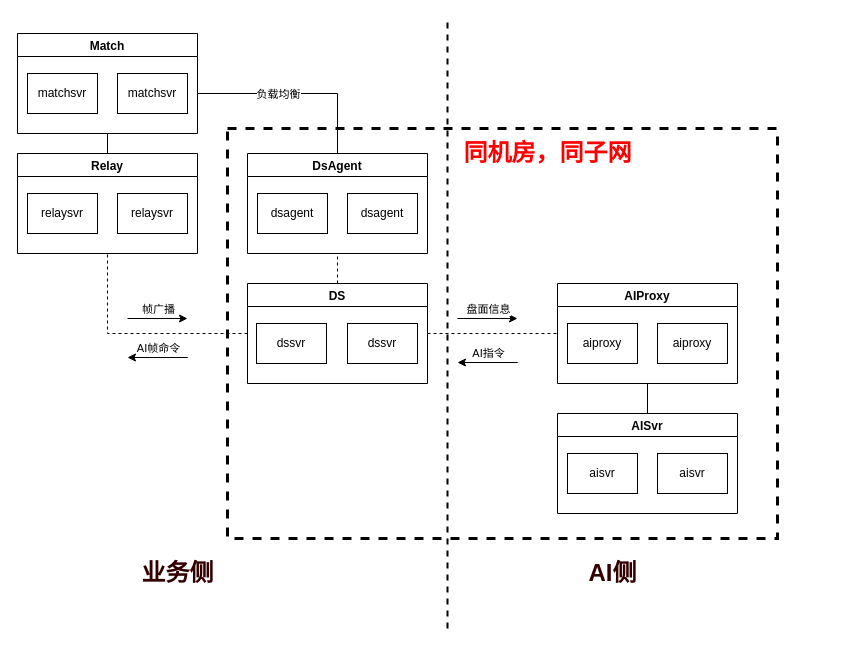
The draw.io diagram page "NISHIKI AI" (3 of 7) of NISHIKI架构.drawio in Memoryss/NISHIKI, before the edit. Source tidied: cells renumbered, new cells numbered last; positions are measured from the earlier drawing's top-left corner, leaving out a move shared by most shapes. Both pictures are drawn from the tidied source at 100%, with x=0, y=0 at pixel (17, 18).
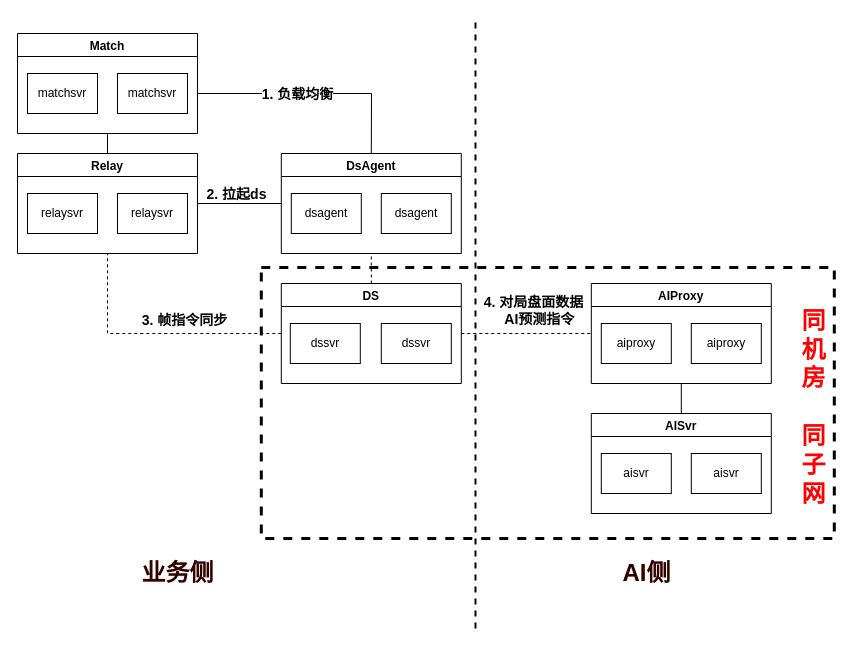
The same diagram, later.

Unchanged cells that the change refers to:
```xml
<mxCell id="15" value="Relay" style="swimlane;" parent="1" vertex="1">
  <mxGeometry y="135" width="180" height="100" as="geometry" />
</mxCell>
<mxCell id="27" style="endArrow=none;dashed=1;html=1;rounded=0;entryX=0.5;entryY=1;entryDx=0;entryDy=0;exitX=0;exitY=0.5;exitDx=0;exitDy=0;" parent="1" edge="1" source="18" target="15">
  <mxGeometry relative="1" as="geometry">
    <Array as="points">
      <mxPoint x="90" y="315" />
    </Array>
  </mxGeometry>
</mxCell>
```

Diff of the diagram source:
```diff
@@
     <mxCell id="2" style="rounded=0;whiteSpace=wrap;html=1;dashed=1;strokeWidth=3;fillColor=none;" parent="1" vertex="1">
-      <mxGeometry x="210" y="110" width="550" height="410" as="geometry" />
+      <mxGeometry x="243.8" y="249" width="573" height="271" as="geometry" />
     </mxCell>
     <mxCell id="3" value="AIProxy" style="swimlane;" parent="1" vertex="1">
-      <mxGeometry x="540" y="265" width="180" height="100" as="geometry" />
+      <mxGeometry x="573.8" y="265" width="180" height="100" as="geometry" />
     </mxCell>
@@
     <mxCell id="6" value="AISvr" style="swimlane;" parent="1" vertex="1">
-      <mxGeometry x="540" y="395" width="180" height="100" as="geometry" />
+      <mxGeometry x="573.8" y="395" width="180" height="100" as="geometry" />
     </mxCell>
@@
     <mxCell id="12" value="DsAgent" style="swimlane;" parent="1" vertex="1">
-      <mxGeometry x="230" y="135" width="180" height="100" as="geometry" />
+      <mxGeometry x="263.8" y="135" width="180" height="100" as="geometry" />
     </mxCell>
@@
+    <mxCell id="40" style="edgeStyle=orthogonalEdgeStyle;rounded=0;jumpSize=6;jettySize=auto;html=1;exitX=1;exitY=0.5;exitDx=0;exitDy=0;entryX=0;entryY=0.5;entryDx=0;entryDy=0;fontSize=14;strokeWidth=1;endArrow=none;endFill=0;" parent="1" edge="1" source="15" target="12">
+      <mxGeometry relative="1" as="geometry" />
+    </mxCell>
+    <mxCell id="41" value="&lt;b&gt;2. 拉起ds&lt;/b&gt;" style="edgeLabel;html=1;align=center;verticalAlign=middle;fontSize=14;" parent="40" vertex="1">
+      <mxGeometry x="-0.18" relative="1" as="geometry">
+        <mxPoint x="4" y="-10" as="offset" />
+      </mxGeometry>
+    </mxCell>
@@
     <mxCell id="18" value="DS" style="swimlane;" parent="1" vertex="1">
-      <mxGeometry x="230" y="265" width="180" height="100" as="geometry" />
+      <mxGeometry x="263.8" y="265" width="180" height="100" as="geometry" />
     </mxCell>
@@
     <mxCell id="24" style="endArrow=none;html=1;rounded=0;entryX=0.5;entryY=0;entryDx=0;entryDy=0;" parent="1" edge="1" target="12">
       <mxGeometry relative="1" as="geometry">
         <mxPoint x="180" y="75" as="sourcePoint" />
         <Array as="points">
-          <mxPoint x="320" y="75" />
+          <mxPoint x="354" y="75" />
         </Array>
       </mxGeometry>
     </mxCell>
-    <mxCell id="25" value="负载均衡" style="edgeLabel;html=1;align=center;verticalAlign=middle;" parent="24" vertex="1">
+    <mxCell id="25" value="1. 负载均衡" style="edgeLabel;html=1;align=center;verticalAlign=middle;fontStyle=1;fontSize=14;" parent="24" vertex="1">
       <mxGeometry x="0.11" y="-1" relative="1" as="geometry">
         <mxPoint x="-31" y="-1" as="offset" />
       </mxGeometry>
     </mxCell>
@@
-    <mxCell id="28" style="endArrow=classic;html=1;rounded=0;" parent="1" edge="1">
-      <mxGeometry relative="1" as="geometry">
-        <mxPoint x="110" y="300" as="sourcePoint" />
-        <mxPoint x="170" y="300" as="targetPoint" />
-      </mxGeometry>
-    </mxCell>
-    <mxCell id="29" value="帧广播" style="edgeLabel;html=1;align=center;verticalAlign=middle;" parent="28" vertex="1">
-      <mxGeometry x="-0.51" y="3" relative="1" as="geometry">
-        <mxPoint x="15" y="-7" as="offset" />
-      </mxGeometry>
-    </mxCell>
-    <mxCell id="30" style="endArrow=classic;html=1;rounded=0;" parent="1" edge="1">
-      <mxGeometry relative="1" as="geometry">
-        <mxPoint x="112" y="339" as="sourcePoint" />
-        <mxPoint x="110" y="339" as="targetPoint" />
-        <Array as="points">
-          <mxPoint x="170" y="339" />
-        </Array>
-      </mxGeometry>
-    </mxCell>
-    <mxCell id="31" value="AI帧命令" style="edgeLabel;html=1;align=center;verticalAlign=middle;" parent="30" vertex="1">
-      <mxGeometry x="-0.51" y="3" relative="1" as="geometry">
-        <mxPoint x="-1" y="-7" as="offset" />
-      </mxGeometry>
-    </mxCell>
+    <mxCell id="42" value="&lt;b&gt;3. 帧指令同步&lt;/b&gt;" style="edgeLabel;html=1;align=center;verticalAlign=middle;fontSize=14;" parent="27" vertex="1">
+      <mxGeometry x="-0.1" y="2" relative="1" as="geometry">
+        <mxPoint x="17" y="-16" as="offset" />
+      </mxGeometry>
+    </mxCell>
     <mxCell id="32" style="endArrow=classic;html=1;rounded=0;" parent="1" edge="1">
       <mxGeometry relative="1" as="geometry">
-        <mxPoint x="440" y="300" as="sourcePoint" />
-        <mxPoint x="500" y="300" as="targetPoint" />
+        <mxPoint x="479" y="300" as="sourcePoint" />
+        <mxPoint x="539" y="300" as="targetPoint" />
       </mxGeometry>
     </mxCell>
-    <mxCell id="33" value="盘面信息" style="edgeLabel;html=1;align=center;verticalAlign=middle;" parent="32" vertex="1">
+    <mxCell id="33" value="&lt;font style=&quot;font-size: 14px&quot;&gt;&lt;b&gt;4. 对局盘面数据&lt;br&gt;&amp;nbsp; &amp;nbsp;AI预测指令&lt;/b&gt;&lt;/font&gt;" style="edgeLabel;html=1;align=center;verticalAlign=middle;" parent="32" vertex="1">
       <mxGeometry x="-0.51" y="3" relative="1" as="geometry">
-        <mxPoint x="15" y="-7" as="offset" />
+        <mxPoint x="21" y="-6" as="offset" />
       </mxGeometry>
     </mxCell>
-    <mxCell id="34" style="endArrow=classic;html=1;rounded=0;" parent="1" edge="1">
-      <mxGeometry relative="1" as="geometry">
-        <mxPoint x="442" y="344" as="sourcePoint" />
-        <mxPoint x="440" y="344" as="targetPoint" />
-        <Array as="points">
-          <mxPoint x="500" y="344" />
-        </Array>
-      </mxGeometry>
-    </mxCell>
-    <mxCell id="35" value="AI指令" style="edgeLabel;html=1;align=center;verticalAlign=middle;" parent="34" vertex="1">
-      <mxGeometry x="-0.51" y="3" relative="1" as="geometry">
-        <mxPoint x="-1" y="-7" as="offset" />
-      </mxGeometry>
-    </mxCell>
-    <mxCell id="36" value="&lt;font style=&quot;font-size: 24px&quot; color=&quot;#ff0000&quot;&gt;&lt;b&gt;同机房，同子网&lt;/b&gt;&lt;/font&gt;" style="text;html=1;align=center;verticalAlign=middle;strokeColor=none;fillColor=none;" parent="1" vertex="1">
-      <mxGeometry x="440" y="125" width="180" height="20" as="geometry" />
+    <mxCell id="36" value="&lt;font style=&quot;font-size: 24px&quot; color=&quot;#ff0000&quot;&gt;&lt;b&gt;同&lt;br&gt;机&lt;br&gt;房&lt;br&gt;&lt;br&gt;同&lt;br&gt;子&lt;br&gt;网&lt;/b&gt;&lt;/font&gt;" style="text;html=1;align=center;verticalAlign=middle;strokeColor=none;fillColor=none;" parent="1" vertex="1">
+      <mxGeometry x="778.8" y="325" width="34" height="127" as="geometry" />
     </mxCell>
     <mxCell id="37" style="endArrow=none;dashed=1;html=1;rounded=0;fontSize=18;fontColor=#FF0000;strokeWidth=2;" parent="1" edge="1">
       <mxGeometry relative="1" as="geometry">
-        <mxPoint x="430" y="610" as="sourcePoint" />
-        <mxPoint x="430" as="targetPoint" />
+        <mxPoint x="458" y="610" as="sourcePoint" />
+        <mxPoint x="458" as="targetPoint" />
       </mxGeometry>
     </mxCell>
@@
     <mxCell id="39" value="&lt;b&gt;&lt;font style=&quot;font-size: 24px&quot; color=&quot;#330000&quot;&gt;AI侧&lt;/font&gt;&lt;/b&gt;" style="text;html=1;align=center;verticalAlign=middle;strokeColor=none;fillColor=none;fontSize=18;fontColor=#FF0000;" parent="1" vertex="1">
-      <mxGeometry x="565" y="540" width="60" height="30" as="geometry" />
+      <mxGeometry x="598.8" y="540" width="60" height="30" as="geometry" />
     </mxCell>
```
